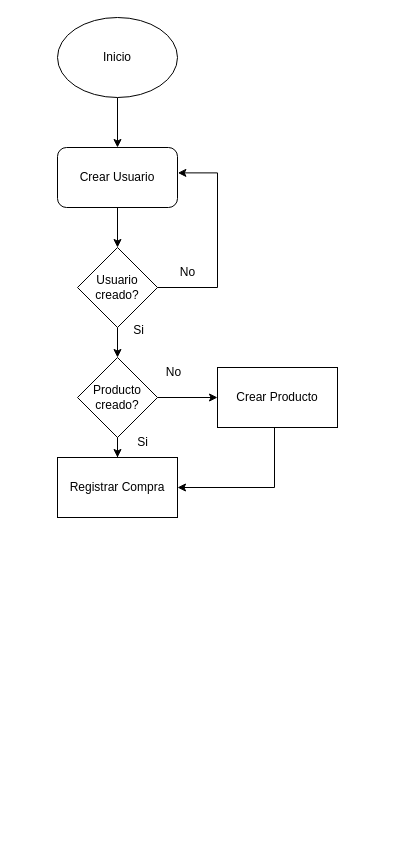
Above: RegistrarCompraBD.drawio in Andri-Z/Diagramas (draw.io), before the change. Source tidied: cells renumbered, new cells numbered last; positions are measured from the earlier drawing's top-left corner, leaving out a move shared by most shapes. Both pictures are drawn from the tidied source at 100%, with x=0, y=0 at pixel (57, 17).
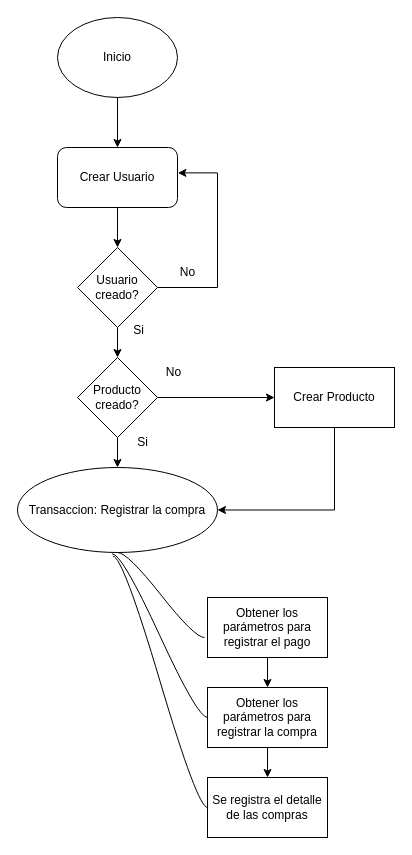
After the change.

Commit message:
Parte RegistrarCompra

Unchanged cells that the change refers to:
```xml
<mxCell id="13" value="Producto creado?" style="rhombus;whiteSpace=wrap;html=1;" parent="1" vertex="1">
  <mxGeometry x="20" y="340" width="80" height="80" as="geometry" />
</mxCell>
```

Change to the diagram source:
```diff
@@
-    <mxCell id="10" value="Registrar Compra" style="whiteSpace=wrap;html=1;" parent="1" vertex="1">
-      <mxGeometry y="440" width="120" height="60" as="geometry" />
-    </mxCell>
@@
-    <mxCell id="12" style="edgeStyle=orthogonalEdgeStyle;rounded=0;jettySize=auto;html=1;" parent="1" edge="1" source="13" target="10">
+    <mxCell id="12" style="edgeStyle=orthogonalEdgeStyle;rounded=0;jettySize=auto;html=1;entryX=0.5;entryY=0;entryDx=0;entryDy=0;" parent="1" edge="1" source="13" target="26">
       <mxGeometry relative="1" as="geometry" />
     </mxCell>
@@
     <mxCell id="14" value="Crear Producto" style="whiteSpace=wrap;html=1;" parent="1" vertex="1">
-      <mxGeometry x="160" y="350" width="120" height="60" as="geometry" />
+      <mxGeometry x="217" y="350" width="120" height="60" as="geometry" />
     </mxCell>
@@
-    <mxCell id="18" style="edgeStyle=orthogonalEdgeStyle;rounded=0;jettySize=auto;html=1;entryX=1;entryY=0.5;entryDx=0;entryDy=0;" parent="1" edge="1" source="14" target="10">
+    <mxCell id="18" style="edgeStyle=orthogonalEdgeStyle;rounded=0;jettySize=auto;html=1;entryX=1;entryY=0.5;entryDx=0;entryDy=0;" parent="1" edge="1" source="14" target="26">
       <mxGeometry relative="1" as="geometry">
         <Array as="points">
-          <mxPoint x="217" y="470" />
+          <mxPoint x="277" y="493" />
+          <mxPoint x="160" y="493" />
         </Array>
       </mxGeometry>
     </mxCell>
+    <mxCell id="19" style="edgeStyle=orthogonalEdgeStyle;rounded=0;jettySize=auto;html=1;" parent="1" edge="1" source="20" target="22">
+      <mxGeometry relative="1" as="geometry" />
+    </mxCell>
+    <mxCell id="20" value="Obtener los parámetros para registrar el pago" style="whiteSpace=wrap;html=1;" parent="1" vertex="1">
+      <mxGeometry x="150" y="580" width="120" height="60" as="geometry" />
+    </mxCell>
+    <mxCell id="21" style="edgeStyle=orthogonalEdgeStyle;rounded=0;jettySize=auto;html=1;" parent="1" edge="1" source="22" target="23">
+      <mxGeometry relative="1" as="geometry" />
+    </mxCell>
+    <mxCell id="22" value="Obtener los parámetros para registrar la compra" style="whiteSpace=wrap;html=1;" parent="1" vertex="1">
+      <mxGeometry x="150" y="670" width="120" height="60" as="geometry" />
+    </mxCell>
+    <mxCell id="23" value="Se registra el detalle de las compras" style="whiteSpace=wrap;html=1;" parent="1" vertex="1">
+      <mxGeometry x="150" y="760" width="120" height="60" as="geometry" />
+    </mxCell>
+    <mxCell id="24" style="edgeStyle=entityRelationEdgeStyle;rounded=0;jettySize=auto;html=1;startArrow=none;endArrow=none;segment=10;curved=1;sourcePerimeterSpacing=0;targetPerimeterSpacing=0;entryX=0;entryY=0.5;entryDx=0;entryDy=0;exitX=0.473;exitY=1.014;exitDx=0;exitDy=0;exitPerimeter=0;" parent="1" edge="1" source="26" target="22">
+      <mxGeometry relative="1" as="geometry" />
+    </mxCell>
+    <mxCell id="25" style="edgeStyle=entityRelationEdgeStyle;rounded=0;jettySize=auto;html=1;startArrow=none;endArrow=none;segment=10;curved=1;sourcePerimeterSpacing=0;targetPerimeterSpacing=0;entryX=0;entryY=0.5;entryDx=0;entryDy=0;exitX=0.477;exitY=1.043;exitDx=0;exitDy=0;exitPerimeter=0;" parent="1" edge="1" source="26" target="23">
+      <mxGeometry relative="1" as="geometry" />
+    </mxCell>
+    <mxCell id="26" value="Transaccion: Registrar la compra" style="ellipse;whiteSpace=wrap;html=1;align=center;newEdgeStyle={&quot;edgeStyle&quot;:&quot;entityRelationEdgeStyle&quot;,&quot;startArrow&quot;:&quot;none&quot;,&quot;endArrow&quot;:&quot;none&quot;,&quot;segment&quot;:10,&quot;curved&quot;:1,&quot;sourcePerimeterSpacing&quot;:0,&quot;targetPerimeterSpacing&quot;:0};" parent="1" vertex="1">
+      <mxGeometry x="-40" y="450" width="200" height="85" as="geometry" />
+    </mxCell>
+    <mxCell id="27" style="edgeStyle=entityRelationEdgeStyle;rounded=0;jettySize=auto;html=1;startArrow=none;endArrow=none;segment=10;curved=1;sourcePerimeterSpacing=0;targetPerimeterSpacing=0;entryX=-0.025;entryY=0.667;entryDx=0;entryDy=0;entryPerimeter=0;exitX=0.5;exitY=1;exitDx=0;exitDy=0;" parent="1" edge="1" source="26" target="20">
+      <mxGeometry relative="1" as="geometry" />
+    </mxCell>
```
